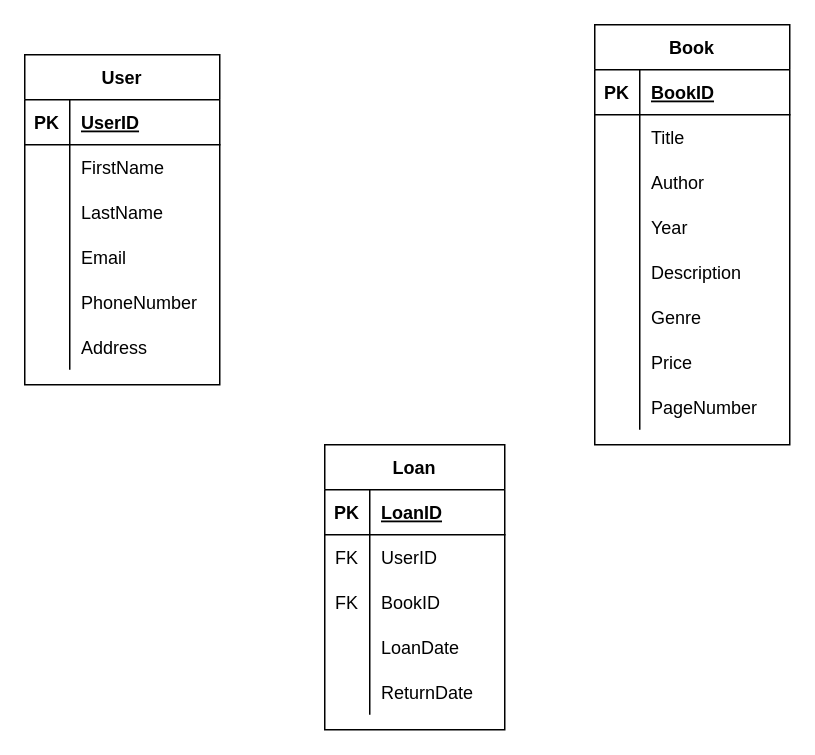
Before: Library-DB-Diagram.drawio in Angel-Davila/.NET-LibraryApplication, a draw.io diagram. Source tidied: cells renumbered, new cells numbered last; positions are measured from the earlier drawing's top-left corner, leaving out a move shared by most shapes. Both pictures are drawn from the tidied source at 150%, with x=0, y=0 at pixel (24, 24).
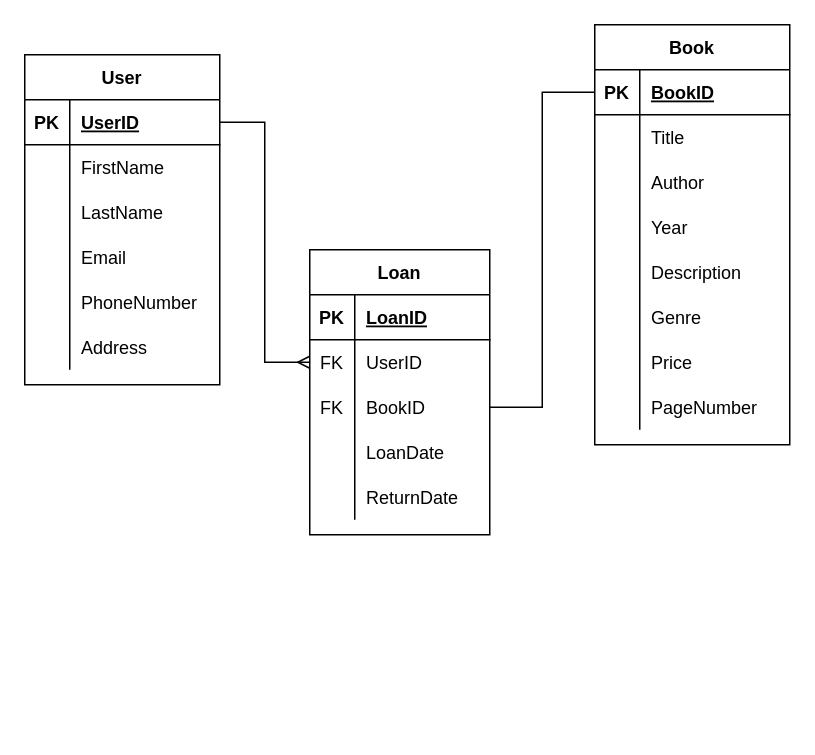
Above is the later version.

Unchanged cells that the change refers to:
```xml
<mxCell id="3" style="shape=partialRectangle;fillColor=none;top=0;left=0;bottom=1;right=0;points=[[0,0.5],[1,0.5]];portConstraint=eastwest;" parent="2" vertex="1">
  <mxGeometry y="30" width="130" height="30" as="geometry" />
</mxCell>
<mxCell id="25" style="shape=partialRectangle;fillColor=none;top=0;left=0;bottom=0;right=0;points=[[0,0.5],[1,0.5]];portConstraint=eastwest;" parent="21" vertex="1">
  <mxGeometry y="60" width="120" height="30" as="geometry" />
</mxCell>
<mxCell id="28" style="shape=partialRectangle;fillColor=none;top=0;left=0;bottom=0;right=0;points=[[0,0.5],[1,0.5]];portConstraint=eastwest;" parent="21" vertex="1">
  <mxGeometry y="90" width="120" height="30" as="geometry" />
</mxCell>
<mxCell id="38" style="shape=partialRectangle;fillColor=none;top=0;left=0;bottom=1;right=0;points=[[0,0.5],[1,0.5]];portConstraint=eastwest;" parent="37" vertex="1">
  <mxGeometry y="30" width="130" height="30" as="geometry" />
</mxCell>
```

Diff of the diagram source:
```diff
@@
     <mxCell id="21" value="Loan" style="shape=table;startSize=30;childLayout=tableLayout;rowLines=0;fontStyle=1;align=center;" parent="1" vertex="1">
-      <mxGeometry x="200" y="280" width="120" height="190" as="geometry" />
+      <mxGeometry x="190" y="150" width="120" height="190" as="geometry" />
     </mxCell>
@@
+    <mxCell id="62" style="edgeStyle=orthogonalEdgeStyle;rounded=0;jettySize=auto;html=1;exitX=1;exitY=0.5;exitDx=0;exitDy=0;entryX=0;entryY=0.5;entryDx=0;entryDy=0;endArrow=ERmany;endFill=0;" parent="1" edge="1" source="3" target="25">
+      <mxGeometry relative="1" as="geometry" />
+    </mxCell>
+    <mxCell id="63" style="edgeStyle=orthogonalEdgeStyle;rounded=0;jettySize=auto;html=1;exitX=0;exitY=0.5;exitDx=0;exitDy=0;entryX=1;entryY=0.5;entryDx=0;entryDy=0;startArrow=none;startFill=0;endArrow=none;endFill=0;" parent="1" edge="1" source="38" target="28">
+      <mxGeometry relative="1" as="geometry" />
+    </mxCell>
```
